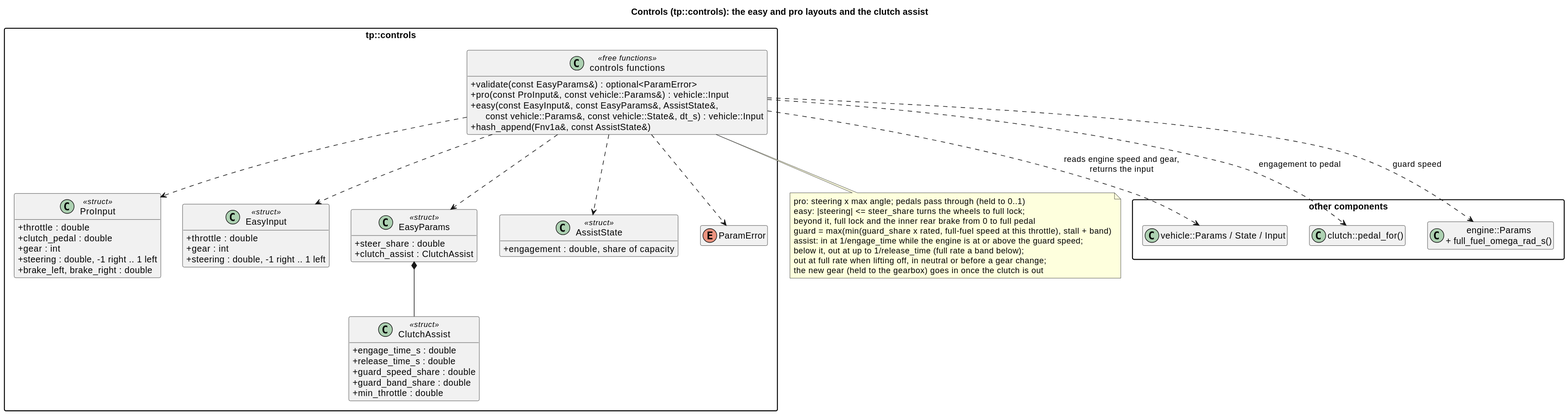
Earlier version of the PlantUML export docs/diagrams/svg/controls_classes.svg (wversteeg/TractorPulling).
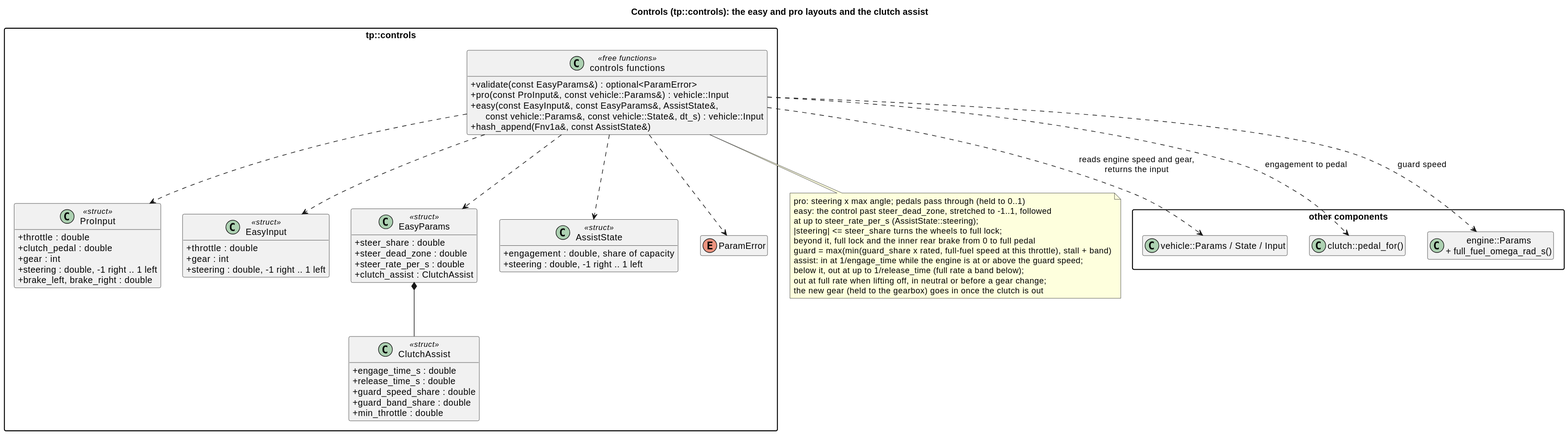
The same diagram one commit later.

Commit message:
Easy layout: a steering dead zone and rate

Change to the diagram source:
```diff
@@ -32,10 +32,13 @@
   }
   class EasyParams <<struct>> {
     +steer_share : double
+    +steer_dead_zone : double
+    +steer_rate_per_s : double
     +clutch_assist : ClutchAssist
   }
   class AssistState <<struct>> {
     +engagement : double, share of capacity
+    +steering : double, -1 right .. 1 left
   }
   enum ParamError
   class "controls functions" as ControlsFns <<free functions>> {
@@ -56,7 +59,9 @@
 ControlsFns ..> Engine : guard speed
 note bottom of ControlsFns
   pro: steering x max angle; pedals pass through (held to 0..1)
-  easy: |steering| <= steer_share turns the wheels to full lock;
+  easy: the control past steer_dead_zone, stretched to -1..1, followed
+  at up to steer_rate_per_s (AssistState::steering);
+  |steering| <= steer_share turns the wheels to full lock;
   beyond it, full lock and the inner rear brake from 0 to full pedal
   guard = max(min(guard_share x rated, full-fuel speed at this throttle), stall + band)
   assist: in at 1/engage_time while the engine is at or above the guard speed;
```
